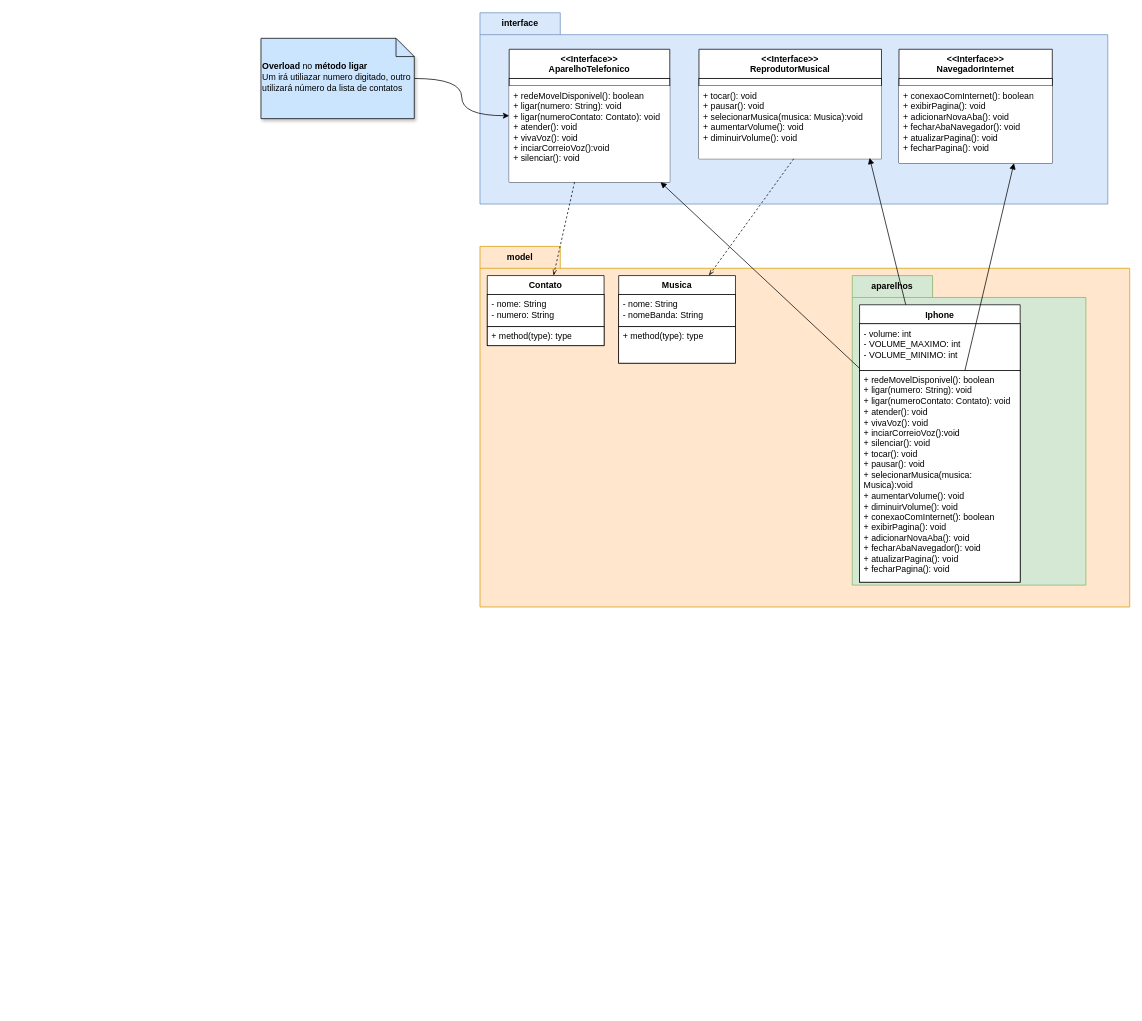
Earlier version of the draw.io diagram page "Package+Class" (1 of 3) of Desafios/DesafioIphone/imgs/UML_Desafio_Iphone.drawio (LucasGFBatista/DIO-BOOTCAMPS). Source tidied: cells renumbered, new cells numbered last; positions are measured from the earlier drawing's top-left corner, leaving out a move shared by most shapes. Both pictures are drawn from the tidied source at 73%, with x=0, y=0 at pixel (261, 12).
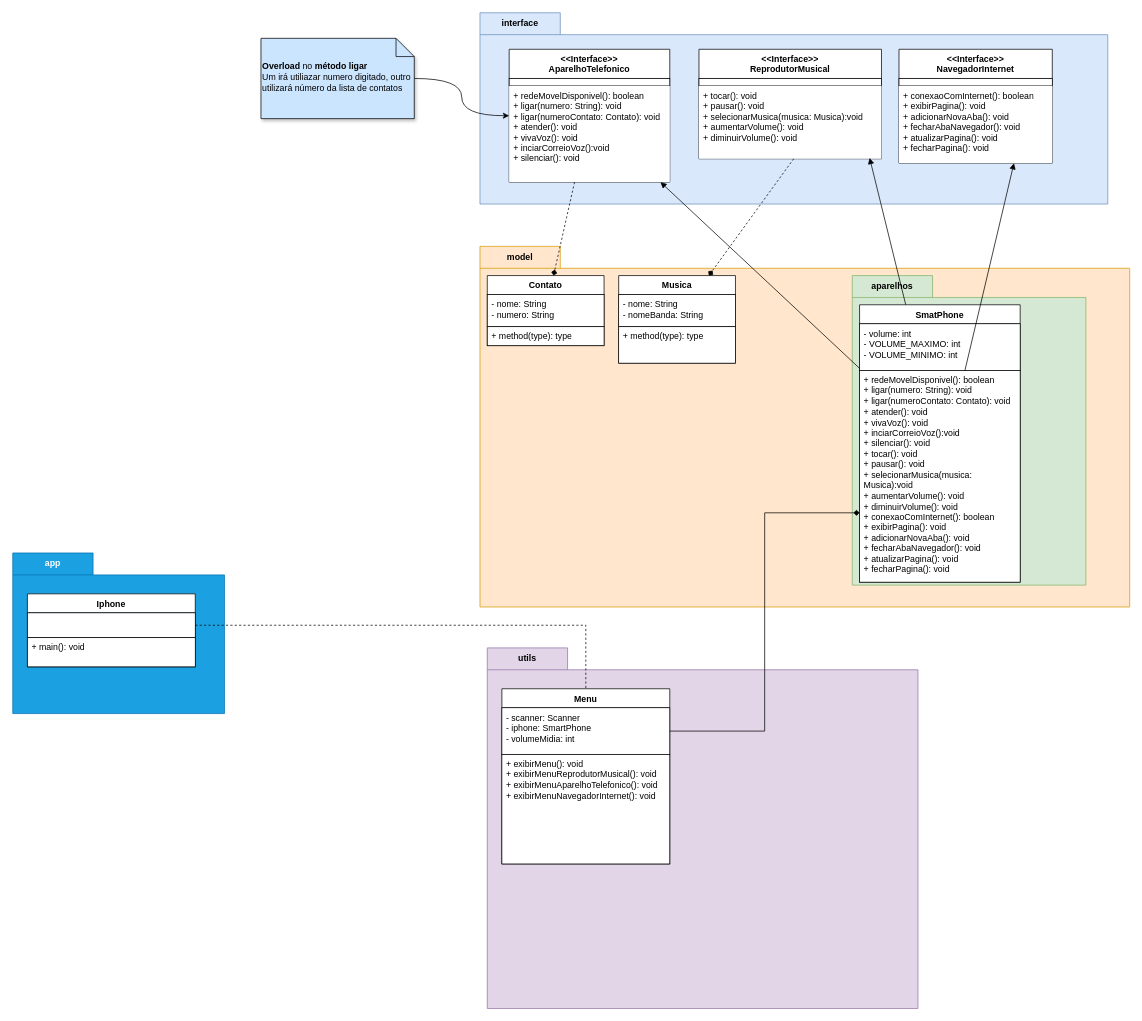
The same diagram, later.

Commit message:
docs: add package util and app in the folder package+class diagram

The change refers to these unchanged cells:
```xml
<mxCell id="3" value="&lt;div&gt;&amp;lt;&amp;lt;Interface&amp;gt;&amp;gt;&lt;/div&gt;&lt;div&gt;AparelhoTelefonico&lt;/div&gt;" style="swimlane;fontStyle=1;align=center;verticalAlign=top;horizontal=1;startSize=40;whiteSpace=wrap;html=1;" parent="2" vertex="1">
  <mxGeometry x="40" y="50" width="220" height="182" as="geometry" />
</mxCell>
<mxCell id="8" value="+ tocar(): void&lt;div&gt;+ pausar(): void&lt;/div&gt;&lt;div&gt;+ selecionarMusica(musica: Musica):void&lt;/div&gt;&lt;div&gt;+ aumentarVolume(): void&lt;/div&gt;&lt;div&gt;+ diminuirVolume(): void&lt;/div&gt;" style="text;strokeColor=none;fillColor=default;align=left;verticalAlign=top;spacingLeft=4;spacingRight=4;overflow=hidden;points=[[0,0.5],[1,0.5]];portConstraint=eastwest;whiteSpace=wrap;html=1;" parent="6" vertex="1">
  <mxGeometry y="50" width="250" height="100" as="geometry" />
</mxCell>
<mxCell id="13" value="Contato" style="swimlane;fontStyle=1;align=center;verticalAlign=top;horizontal=1;startSize=26;whiteSpace=wrap;html=1;" parent="12" vertex="1">
  <mxGeometry x="10" y="40" width="160" height="96" as="geometry" />
</mxCell>
<mxCell id="16" value="Musica" style="swimlane;fontStyle=1;align=center;verticalAlign=top;horizontal=1;startSize=26;whiteSpace=wrap;html=1;" parent="12" vertex="1">
  <mxGeometry x="190" y="40" width="160" height="120" as="geometry" />
</mxCell>
<mxCell id="19" value="aparelhos" style="shape=folder;fontStyle=1;tabWidth=110;tabHeight=30;tabPosition=left;html=1;boundedLbl=1;labelInHeader=1;whiteSpace=wrap;fillColor=#d5e8d4;strokeColor=#82b366;" parent="12" vertex="1">
  <mxGeometry x="510" y="40" width="320" height="424" as="geometry" />
</mxCell>
```

What changed in the source:
```diff
@@
-    <mxCell id="20" value="Iphone" style="swimlane;fontStyle=1;align=center;verticalAlign=top;horizontal=1;startSize=26;whiteSpace=wrap;html=1;" parent="19" vertex="1">
+    <mxCell id="20" value="SmatPhone" style="swimlane;fontStyle=1;align=center;verticalAlign=top;horizontal=1;startSize=26;whiteSpace=wrap;html=1;" parent="19" vertex="1">
       <mxGeometry x="10" y="40" width="220" height="380" as="geometry" />
     </mxCell>
@@
-    <mxCell id="25" style="rounded=0;jettySize=auto;html=1;endArrow=openThin;endFill=0;dashed=1;" parent="1" edge="1" source="3" target="13">
+    <mxCell id="25" style="rounded=0;jettySize=auto;html=1;endArrow=diamond;endFill=1;dashed=1;" parent="1" edge="1" source="3" target="13">
       <mxGeometry relative="1" as="geometry" />
     </mxCell>
@@
-    <mxCell id="28" style="rounded=0;jettySize=auto;html=1;endArrow=openThin;endFill=0;dashed=1;exitX=0.519;exitY=1;exitDx=0;exitDy=0;exitPerimeter=0;" parent="1" edge="1" source="8" target="16">
+    <mxCell id="28" style="rounded=0;jettySize=auto;html=1;endArrow=diamond;endFill=1;dashed=1;exitX=0.519;exitY=1;exitDx=0;exitDy=0;exitPerimeter=0;" parent="1" edge="1" source="8" target="16">
       <mxGeometry relative="1" as="geometry" />
     </mxCell>
@@
+    <mxCell id="30" value="utils" style="shape=folder;fontStyle=1;tabWidth=110;tabHeight=30;tabPosition=left;html=1;boundedLbl=1;labelInHeader=1;whiteSpace=wrap;fillColor=#e1d5e7;strokeColor=#9673a6;" parent="1" vertex="1">
+      <mxGeometry x="310" y="870" width="590" height="494" as="geometry" />
+    </mxCell>
+    <mxCell id="31" value="Menu" style="swimlane;fontStyle=1;align=center;verticalAlign=top;horizontal=1;startSize=26;whiteSpace=wrap;html=1;" parent="30" vertex="1">
+      <mxGeometry x="20" y="56" width="230" height="240" as="geometry" />
+    </mxCell>
+    <mxCell id="32" value="- scanner: Scanner&lt;div&gt;- iphone: SmartPhone&lt;/div&gt;&lt;div&gt;- volumeMidia: int&lt;/div&gt;" style="text;align=left;verticalAlign=top;spacingLeft=4;spacingRight=4;overflow=hidden;points=[[0,0.5],[1,0.5]];portConstraint=eastwest;whiteSpace=wrap;html=1;fillColor=default;strokeColor=default;" parent="31" vertex="1">
+      <mxGeometry y="26" width="230" height="64" as="geometry" />
+    </mxCell>
+    <mxCell id="33" value="+ exibirMenu(): void&lt;div&gt;+ exibirMenuReprodutorMusical(): void&lt;/div&gt;&lt;div&gt;+ exibirMenuAparelhoTelefonico(): void&lt;/div&gt;&lt;div&gt;+ exibirMenuNavegadorInternet(): void&lt;/div&gt;" style="text;strokeColor=default;fillColor=default;align=left;verticalAlign=top;spacingLeft=4;spacingRight=4;overflow=hidden;whiteSpace=wrap;html=1;" parent="31" vertex="1">
+      <mxGeometry y="90" width="230" height="150" as="geometry" />
+    </mxCell>
+    <mxCell id="34" style="edgeStyle=orthogonalEdgeStyle;rounded=0;jettySize=auto;html=1;entryX=0;entryY=0.75;entryDx=0;entryDy=0;endArrow=diamond;endFill=1;" parent="1" edge="1" source="32" target="20">
+      <mxGeometry relative="1" as="geometry" />
+    </mxCell>
+    <mxCell id="35" value="app" style="shape=folder;fontStyle=1;tabWidth=110;tabHeight=30;tabPosition=left;html=1;boundedLbl=1;labelInHeader=1;whiteSpace=wrap;fillColor=#1ba1e2;strokeColor=#006EAF;fontColor=#ffffff;" parent="1" vertex="1">
+      <mxGeometry x="-340" y="740" width="290" height="220" as="geometry" />
+    </mxCell>
+    <mxCell id="36" value="Iphone" style="swimlane;fontStyle=1;align=center;verticalAlign=top;horizontal=1;startSize=26;whiteSpace=wrap;html=1;" parent="35" vertex="1">
+      <mxGeometry x="20" y="56" width="230" height="100" as="geometry" />
+    </mxCell>
+    <mxCell id="37" style="text;align=left;verticalAlign=top;spacingLeft=4;spacingRight=4;overflow=hidden;points=[[0,0.5],[1,0.5]];portConstraint=eastwest;whiteSpace=wrap;html=1;fillColor=default;strokeColor=default;" parent="36" vertex="1">
+      <mxGeometry y="26" width="230" height="34" as="geometry" />
+    </mxCell>
+    <mxCell id="38" value="+ main(): void" style="text;strokeColor=default;fillColor=default;align=left;verticalAlign=top;spacingLeft=4;spacingRight=4;overflow=hidden;whiteSpace=wrap;html=1;" parent="36" vertex="1">
+      <mxGeometry y="60" width="230" height="40" as="geometry" />
+    </mxCell>
+    <mxCell id="39" style="edgeStyle=orthogonalEdgeStyle;rounded=0;jettySize=auto;html=1;dashed=1;endArrow=none;endFill=0;" parent="1" edge="1" source="37" target="31">
+      <mxGeometry relative="1" as="geometry" />
+    </mxCell>
```
